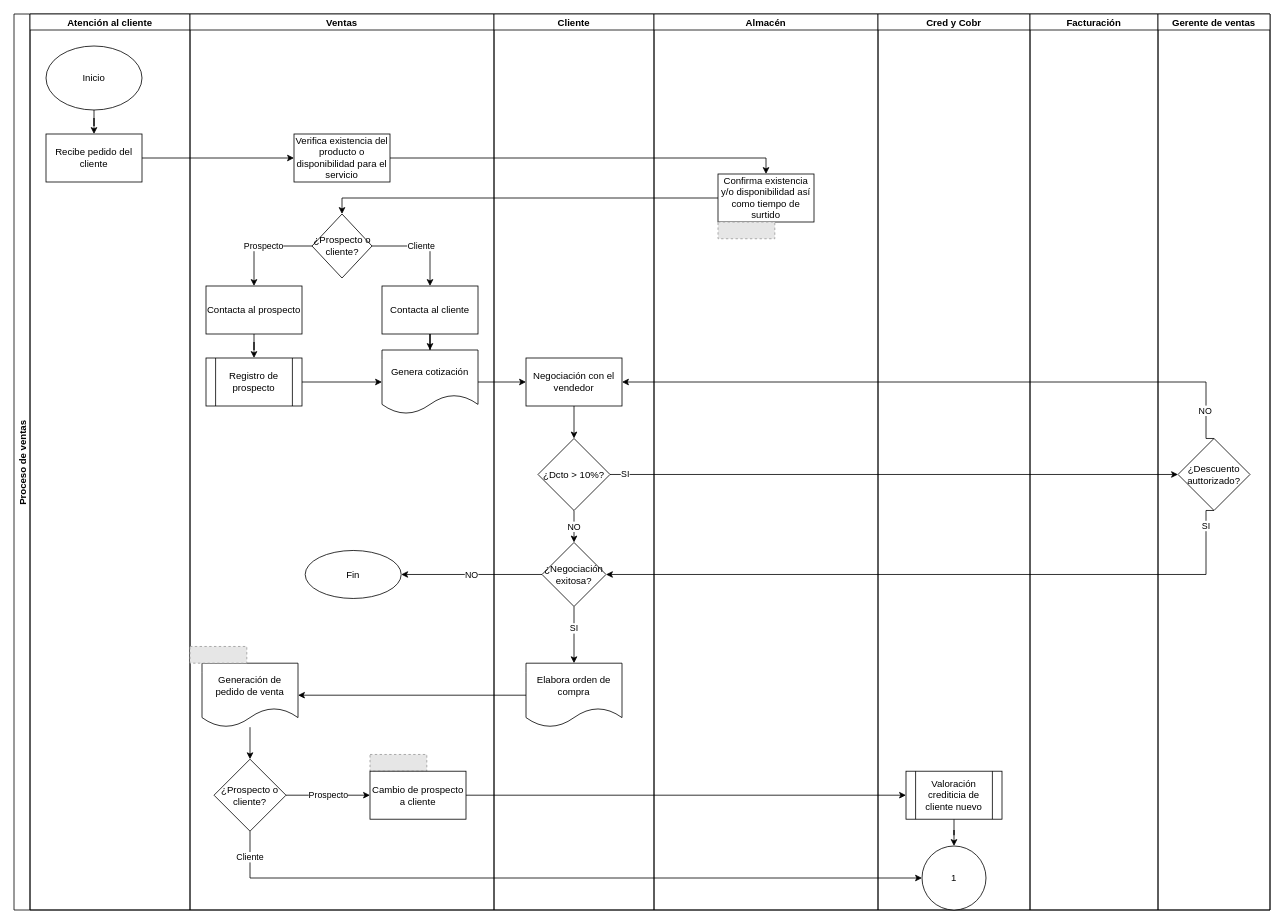
The draw.io diagram page "Page-1" (1 of 3) of 172285_Arandia_Proceso ventas (adaptado).drawio.drawio in FerAran/Flowchart, before the edit. Source tidied: cells renumbered, new cells numbered last; positions are measured from the earlier drawing's top-left corner, leaving out a move shared by most shapes. Both pictures are drawn from the tidied source at 80%, with x=0, y=0 at pixel (14, 14). Pictures stored in the file or linked from it are replaced by grey dashed boxes.
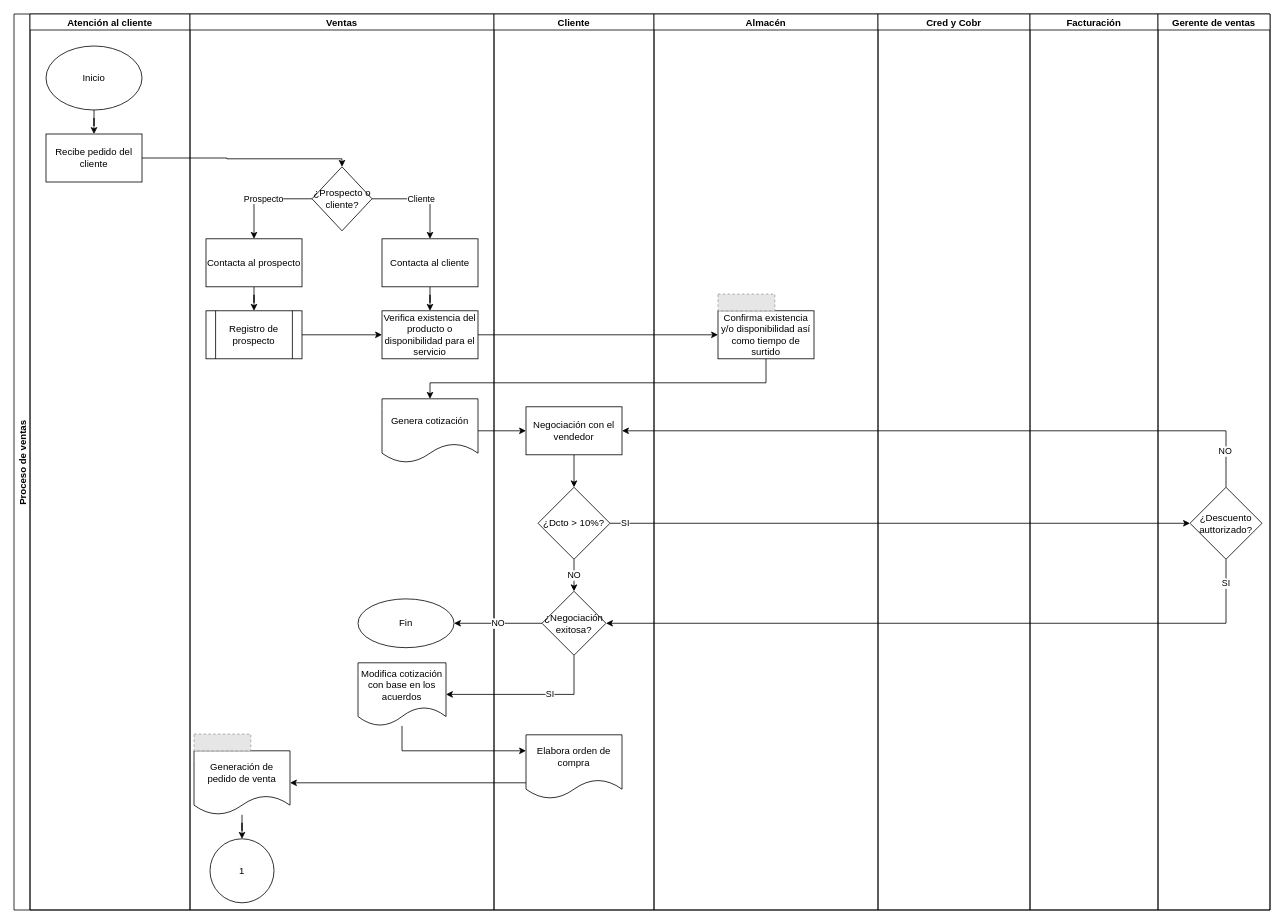
After the change.

Unchanged cells that the change refers to:
```xml
<mxCell id="2" value="Proceso de ventas" style="swimlane;startSize=20;horizontal=0;" parent="1" vertex="1">
  <mxGeometry width="1570" height="1120" as="geometry" />
</mxCell>
<mxCell id="5" value="Recibe pedido del cliente" style="whiteSpace=wrap;html=1;" parent="3" vertex="1">
  <mxGeometry x="20" y="150" width="120" height="60" as="geometry" />
</mxCell>
<mxCell id="7" value="Ventas" style="swimlane;startSize=20;" parent="2" vertex="1">
  <mxGeometry x="220" width="380" height="1120" as="geometry" />
</mxCell>
<mxCell id="27" value="Cliente" style="swimlane;startSize=20;" parent="2" vertex="1">
  <mxGeometry x="600" width="200" height="1120" as="geometry" />
</mxCell>
<mxCell id="42" value="Almacén" style="swimlane;startSize=20;" parent="2" vertex="1">
  <mxGeometry x="800" width="280" height="1120" as="geometry" />
</mxCell>
<mxCell id="45" value="Cred y Cobr" style="swimlane;startSize=20;" parent="2" vertex="1">
  <mxGeometry x="1080" width="190" height="1120" as="geometry" />
</mxCell>
<mxCell id="50" value="Gerente de ventas" style="swimlane;startSize=20;" parent="2" vertex="1">
  <mxGeometry x="1430" width="140" height="1120" as="geometry" />
</mxCell>
```

What changed in the source:
```diff
@@
     <mxCell id="8" value="Genera cotización" style="shape=document;whiteSpace=wrap;html=1;boundedLbl=1;" parent="7" vertex="1">
-      <mxGeometry x="240" y="420" width="120" height="80" as="geometry" />
+      <mxGeometry x="240" y="481" width="120" height="80" as="geometry" />
     </mxCell>
-    <mxCell id="9" style="edgeStyle=orthogonalEdgeStyle;rounded=0;jettySize=auto;html=1;" parent="7" edge="1" source="10" target="18">
-      <mxGeometry relative="1" as="geometry" />
-    </mxCell>
+    <mxCell id="59" style="edgeStyle=orthogonalEdgeStyle;rounded=0;jettySize=auto;html=1;" parent="7" edge="1" source="10" target="46">
+      <mxGeometry relative="1" as="geometry" />
+    </mxCell>
     <mxCell id="10" value="Generación de pedido de venta" style="shape=document;whiteSpace=wrap;html=1;boundedLbl=1;" parent="7" vertex="1">
-      <mxGeometry x="15" y="811.5" width="120" height="80" as="geometry" />
+      <mxGeometry x="5" y="921" width="120" height="80" as="geometry" />
     </mxCell>
@@
     <mxCell id="13" value="¿Prospecto o cliente?" style="rhombus;whiteSpace=wrap;html=1;" parent="7" vertex="1">
-      <mxGeometry x="152.5" y="250" width="75" height="80" as="geometry" />
+      <mxGeometry x="152.5" y="191" width="75" height="80" as="geometry" />
     </mxCell>
-    <mxCell id="14" style="fillColor=#E6E6E6;strokeColor=#999999;dashed=1;verticalLabelPosition=bottom;labelBackgroundColor=default;verticalAlign=top;" parent="7" vertex="1">
-      <mxGeometry x="225" y="925.6" width="71" height="20.9" as="geometry" />
-    </mxCell>
-    <mxCell id="15" value="Verifica existencia del producto o disponibilidad para el servicio" style="whiteSpace=wrap;html=1;" parent="7" vertex="1">
-      <mxGeometry x="130" y="150" width="120" height="60" as="geometry" />
-    </mxCell>
-    <mxCell id="16" value="Fin" style="ellipse;whiteSpace=wrap;html=1;" parent="7" vertex="1">
-      <mxGeometry x="144" y="670.6" width="120" height="60" as="geometry" />
-    </mxCell>
-    <mxCell id="17" value="Prospecto" style="edgeStyle=orthogonalEdgeStyle;rounded=0;jettySize=auto;html=1;entryX=0;entryY=0.5;entryDx=0;entryDy=0;" parent="7" edge="1" source="18" target="26">
-      <mxGeometry relative="1" as="geometry" />
-    </mxCell>
-    <mxCell id="18" value="¿Prospecto o cliente?" style="rhombus;whiteSpace=wrap;html=1;" parent="7" vertex="1">
-      <mxGeometry x="30" y="931.5" width="90" height="90" as="geometry" />
-    </mxCell>
     <mxCell id="19" style="fillColor=#E6E6E6;strokeColor=#999999;dashed=1;verticalLabelPosition=bottom;labelBackgroundColor=default;verticalAlign=top;" parent="7" vertex="1">
-      <mxGeometry y="790.6" width="71" height="20.9" as="geometry" />
+      <mxGeometry x="5" y="900.1" width="71" height="20.9" as="geometry" />
     </mxCell>
@@
     <mxCell id="21" value="Contacta al prospecto" style="whiteSpace=wrap;html=1;" parent="7" vertex="1">
-      <mxGeometry x="20" y="340" width="120" height="60" as="geometry" />
+      <mxGeometry x="20" y="281" width="120" height="60" as="geometry" />
     </mxCell>
-    <mxCell id="22" style="edgeStyle=orthogonalEdgeStyle;rounded=0;jettySize=auto;html=1;" parent="7" edge="1" source="23" target="8">
-      <mxGeometry relative="1" as="geometry" />
-    </mxCell>
+    <mxCell id="60" style="edgeStyle=orthogonalEdgeStyle;rounded=0;jettySize=auto;html=1;" parent="7" edge="1" source="23" target="15">
+      <mxGeometry relative="1" as="geometry" />
+    </mxCell>
     <mxCell id="23" value="Contacta al cliente" style="whiteSpace=wrap;html=1;" parent="7" vertex="1">
-      <mxGeometry x="240" y="340" width="120" height="60" as="geometry" />
+      <mxGeometry x="240" y="281" width="120" height="60" as="geometry" />
     </mxCell>
     <mxCell id="24" value="Registro de prospecto" style="shape=process;whiteSpace=wrap;html=1;backgroundOutline=1;" parent="7" vertex="1">
-      <mxGeometry x="20" y="430" width="120" height="60" as="geometry" />
+      <mxGeometry x="20" y="371" width="120" height="60" as="geometry" />
     </mxCell>
-    <mxCell id="25" style="edgeStyle=orthogonalEdgeStyle;rounded=0;jettySize=auto;html=1;" parent="7" edge="1" source="24" target="8">
+    <mxCell id="25" style="edgeStyle=orthogonalEdgeStyle;rounded=0;jettySize=auto;html=1;entryX=0;entryY=0.5;entryDx=0;entryDy=0;" parent="7" edge="1" source="24" target="15">
       <mxGeometry relative="1" as="geometry" />
     </mxCell>
-    <mxCell id="26" value="&lt;span style=&quot;&quot;&gt;Cambio de prospecto a cliente&lt;/span&gt;" style="rounded=0;whiteSpace=wrap;html=1;" parent="7" vertex="1">
-      <mxGeometry x="225" y="946.5" width="120" height="60" as="geometry" />
-    </mxCell>
+    <mxCell id="15" value="Verifica existencia del producto o disponibilidad para el servicio" style="whiteSpace=wrap;html=1;" parent="7" vertex="1">
+      <mxGeometry x="240" y="371" width="120" height="60" as="geometry" />
+    </mxCell>
+    <mxCell id="61" value="Modifica cotización con base en los acuerdos" style="shape=document;whiteSpace=wrap;html=1;boundedLbl=1;" parent="7" vertex="1">
+      <mxGeometry x="210" y="811" width="110" height="79" as="geometry" />
+    </mxCell>
+    <mxCell id="16" value="Fin" style="ellipse;whiteSpace=wrap;html=1;" parent="7" vertex="1">
+      <mxGeometry x="210" y="731.1" width="120" height="61" as="geometry" />
+    </mxCell>
+    <mxCell id="46" value="1" style="ellipse;whiteSpace=wrap;html=1;" parent="7" vertex="1">
+      <mxGeometry x="25" y="1031" width="80" height="80" as="geometry" />
+    </mxCell>
@@
     <mxCell id="28" value="Negociación con el vendedor" style="whiteSpace=wrap;html=1;" parent="27" vertex="1">
-      <mxGeometry x="40" y="430" width="120" height="60" as="geometry" />
+      <mxGeometry x="40" y="491" width="120" height="60" as="geometry" />
     </mxCell>
-    <mxCell id="29" style="edgeStyle=orthogonalEdgeStyle;rounded=0;jettySize=auto;html=1;" parent="27" edge="1" source="31" target="32">
-      <mxGeometry relative="1" as="geometry" />
-    </mxCell>
-    <mxCell id="30" value="SI" style="edgeLabel;html=1;align=center;verticalAlign=middle;" parent="29" vertex="1">
-      <mxGeometry x="-0.24" y="-1" relative="1" as="geometry" />
-    </mxCell>
     <mxCell id="31" value="¿Negociación exitosa?" style="rhombus;whiteSpace=wrap;html=1;" parent="27" vertex="1">
-      <mxGeometry x="60" y="660.6" width="80" height="80" as="geometry" />
+      <mxGeometry x="60" y="721.6" width="80" height="80" as="geometry" />
     </mxCell>
-    <mxCell id="32" value="Elabora orden de compra" style="shape=document;whiteSpace=wrap;html=1;boundedLbl=1;" parent="27" vertex="1">
-      <mxGeometry x="40" y="811.5" width="120" height="80" as="geometry" />
-    </mxCell>
@@
     <mxCell id="34" value="¿Dcto &amp;gt; 10%?" style="rhombus;whiteSpace=wrap;html=1;" parent="27" vertex="1">
-      <mxGeometry x="55" y="530.6" width="90" height="90" as="geometry" />
+      <mxGeometry x="55" y="591.6" width="90" height="90" as="geometry" />
     </mxCell>
@@
-    <mxCell id="36" value="NO" style="edgeStyle=orthogonalEdgeStyle;rounded=0;jettySize=auto;html=1;" parent="2" edge="1" source="31" target="16">
-      <mxGeometry relative="1" as="geometry" />
-    </mxCell>
-    <mxCell id="37" style="edgeStyle=orthogonalEdgeStyle;rounded=0;jettySize=auto;html=1;entryX=1;entryY=0.5;entryDx=0;entryDy=0;" parent="2" edge="1" source="32" target="10">
-      <mxGeometry relative="1" as="geometry" />
-    </mxCell>
-    <mxCell id="38" value="Cliente" style="edgeStyle=orthogonalEdgeStyle;rounded=0;jettySize=auto;html=1;exitX=0.5;exitY=1;exitDx=0;exitDy=0;entryX=0;entryY=0.5;entryDx=0;entryDy=0;" parent="2" edge="1" source="18" target="46">
-      <mxGeometry x="-0.93" relative="1" as="geometry">
-        <Array as="points">
-          <mxPoint x="295" y="1080" />
-        </Array>
-        <mxPoint y="1" as="offset" />
-      </mxGeometry>
-    </mxCell>
-    <mxCell id="39" style="edgeStyle=orthogonalEdgeStyle;rounded=0;jettySize=auto;html=1;entryX=0;entryY=0.5;entryDx=0;entryDy=0;" parent="2" edge="1" source="34" target="51">
-      <mxGeometry relative="1" as="geometry" />
-    </mxCell>
-    <mxCell id="40" value="SI" style="edgeLabel;html=1;align=center;verticalAlign=middle;" parent="39" vertex="1">
-      <mxGeometry x="-0.95" y="1" relative="1" as="geometry" />
-    </mxCell>
-    <mxCell id="41" value="SI" style="edgeStyle=orthogonalEdgeStyle;rounded=0;jettySize=auto;html=1;entryX=1;entryY=0.5;entryDx=0;entryDy=0;exitX=0.5;exitY=1;exitDx=0;exitDy=0;" parent="2" edge="1" source="51" target="31">
-      <mxGeometry x="-0.93" relative="1" as="geometry">
-        <Array as="points">
-          <mxPoint x="1490" y="701" />
-        </Array>
-      </mxGeometry>
-    </mxCell>
+    <mxCell id="32" value="Elabora orden de compra" style="shape=document;whiteSpace=wrap;html=1;boundedLbl=1;" parent="27" vertex="1">
+      <mxGeometry x="40" y="901" width="120" height="80" as="geometry" />
+    </mxCell>
@@
     <mxCell id="43" value="Confirma existencia y/o disponibilidad así como tiempo de surtido" style="whiteSpace=wrap;html=1;" parent="42" vertex="1">
-      <mxGeometry x="80" y="200" width="120" height="60" as="geometry" />
+      <mxGeometry x="80" y="371" width="120" height="60" as="geometry" />
     </mxCell>
     <mxCell id="44" style="fillColor=#E6E6E6;strokeColor=#999999;dashed=1;verticalLabelPosition=bottom;labelBackgroundColor=default;verticalAlign=top;" parent="42" vertex="1">
-      <mxGeometry x="80" y="260" width="71" height="20.9" as="geometry" />
+      <mxGeometry x="80" y="350.1" width="71" height="20.9" as="geometry" />
     </mxCell>
@@
-    <mxCell id="46" value="1" style="ellipse;whiteSpace=wrap;html=1;" parent="45" vertex="1">
-      <mxGeometry x="55" y="1040" width="80" height="80" as="geometry" />
-    </mxCell>
-    <mxCell id="47" style="edgeStyle=orthogonalEdgeStyle;rounded=0;jettySize=auto;html=1;" parent="45" edge="1" source="48" target="46">
-      <mxGeometry relative="1" as="geometry" />
-    </mxCell>
-    <mxCell id="48" value="Valoración crediticia de cliente nuevo" style="shape=process;whiteSpace=wrap;html=1;backgroundOutline=1;rounded=0;" parent="45" vertex="1">
-      <mxGeometry x="35" y="946.5" width="120" height="60" as="geometry" />
-    </mxCell>
@@
+    <mxCell id="39" style="edgeStyle=orthogonalEdgeStyle;rounded=0;jettySize=auto;html=1;entryX=0;entryY=0.5;entryDx=0;entryDy=0;" parent="2" edge="1" source="34" target="51">
+      <mxGeometry relative="1" as="geometry" />
+    </mxCell>
+    <mxCell id="40" value="SI" style="edgeLabel;html=1;align=center;verticalAlign=middle;" parent="39" vertex="1">
+      <mxGeometry x="-0.95" y="1" relative="1" as="geometry" />
+    </mxCell>
+    <mxCell id="41" value="SI" style="edgeStyle=orthogonalEdgeStyle;rounded=0;jettySize=auto;html=1;entryX=1;entryY=0.5;entryDx=0;entryDy=0;exitX=0.5;exitY=1;exitDx=0;exitDy=0;" parent="2" edge="1" source="51" target="31">
+      <mxGeometry x="-0.93" relative="1" as="geometry">
+        <Array as="points">
+          <mxPoint x="1515" y="762" />
+        </Array>
+      </mxGeometry>
+    </mxCell>
+    <mxCell id="55" style="edgeStyle=orthogonalEdgeStyle;rounded=0;jettySize=auto;html=1;entryX=1;entryY=0.5;entryDx=0;entryDy=0;exitX=0.5;exitY=0;exitDx=0;exitDy=0;" parent="2" edge="1" source="51" target="28">
+      <mxGeometry relative="1" as="geometry">
+        <Array as="points">
+          <mxPoint x="1515" y="521" />
+        </Array>
+      </mxGeometry>
+    </mxCell>
+    <mxCell id="56" value="NO" style="edgeLabel;html=1;align=center;verticalAlign=middle;" parent="55" vertex="1">
+      <mxGeometry x="-0.89" y="2" relative="1" as="geometry" />
+    </mxCell>
@@
     <mxCell id="51" value="¿Descuento auttorizado?" style="rhombus;whiteSpace=wrap;html=1;" parent="50" vertex="1">
-      <mxGeometry x="25" y="530.6" width="90" height="90" as="geometry" />
+      <mxGeometry x="40" y="591.6" width="90" height="90" as="geometry" />
     </mxCell>
+    <mxCell id="53" style="edgeStyle=orthogonalEdgeStyle;rounded=0;jettySize=auto;html=1;" parent="2" edge="1" source="5" target="13">
+      <mxGeometry relative="1" as="geometry">
+        <Array as="points">
+          <mxPoint x="266" y="180" />
+          <mxPoint x="266" y="181" />
+          <mxPoint x="410" y="181" />
+        </Array>
+      </mxGeometry>
+    </mxCell>
+    <mxCell id="57" style="edgeStyle=orthogonalEdgeStyle;rounded=0;jettySize=auto;html=1;" parent="2" edge="1" source="8" target="28">
+      <mxGeometry relative="1" as="geometry" />
+    </mxCell>
-    <mxCell id="52" style="edgeStyle=orthogonalEdgeStyle;rounded=0;jettySize=auto;html=1;exitX=1;exitY=0.5;exitDx=0;exitDy=0;entryX=0.5;entryY=0;entryDx=0;entryDy=0;" parent="2" edge="1" source="15" target="43">
-      <mxGeometry relative="1" as="geometry">
-        <Array as="points">
-          <mxPoint x="940" y="180" />
-        </Array>
-      </mxGeometry>
+    <mxCell id="52" style="edgeStyle=orthogonalEdgeStyle;rounded=0;jettySize=auto;html=1;exitX=1;exitY=0.5;exitDx=0;exitDy=0;" parent="2" edge="1" source="15" target="43">
+      <mxGeometry relative="1" as="geometry" />
     </mxCell>
-    <mxCell id="53" style="edgeStyle=orthogonalEdgeStyle;rounded=0;jettySize=auto;html=1;" parent="2" edge="1" source="5" target="15">
-      <mxGeometry relative="1" as="geometry" />
-    </mxCell>
-    <mxCell id="54" style="edgeStyle=orthogonalEdgeStyle;rounded=0;jettySize=auto;html=1;exitX=0;exitY=0.5;exitDx=0;exitDy=0;entryX=0.5;entryY=0;entryDx=0;entryDy=0;" parent="2" edge="1" source="43" target="13">
-      <mxGeometry relative="1" as="geometry" />
-    </mxCell>
-    <mxCell id="55" style="edgeStyle=orthogonalEdgeStyle;rounded=0;jettySize=auto;html=1;entryX=1;entryY=0.5;entryDx=0;entryDy=0;exitX=0.5;exitY=0;exitDx=0;exitDy=0;" parent="2" edge="1" source="51" target="28">
-      <mxGeometry relative="1" as="geometry">
-        <Array as="points">
-          <mxPoint x="1490" y="460" />
-        </Array>
-      </mxGeometry>
-    </mxCell>
-    <mxCell id="56" value="NO" style="edgeLabel;html=1;align=center;verticalAlign=middle;" parent="55" vertex="1">
-      <mxGeometry x="-0.89" y="2" relative="1" as="geometry" />
-    </mxCell>
-    <mxCell id="57" style="edgeStyle=orthogonalEdgeStyle;rounded=0;jettySize=auto;html=1;" parent="2" edge="1" source="8" target="28">
-      <mxGeometry relative="1" as="geometry" />
-    </mxCell>
-    <mxCell id="58" style="edgeStyle=orthogonalEdgeStyle;rounded=0;jettySize=auto;html=1;" parent="2" edge="1" source="26" target="48">
-      <mxGeometry relative="1" as="geometry" />
-    </mxCell>
+    <mxCell id="62" style="edgeStyle=orthogonalEdgeStyle;rounded=0;jettySize=auto;html=1;entryX=0.5;entryY=0;entryDx=0;entryDy=0;" parent="2" edge="1" source="43" target="8">
+      <mxGeometry relative="1" as="geometry">
+        <Array as="points">
+          <mxPoint x="940" y="461" />
+          <mxPoint x="520" y="461" />
+        </Array>
+      </mxGeometry>
+    </mxCell>
+    <mxCell id="29" style="edgeStyle=orthogonalEdgeStyle;rounded=0;jettySize=auto;html=1;entryX=1;entryY=0.5;entryDx=0;entryDy=0;" parent="2" edge="1" source="31" target="61">
+      <mxGeometry relative="1" as="geometry">
+        <Array as="points">
+          <mxPoint x="700" y="851" />
+        </Array>
+      </mxGeometry>
+    </mxCell>
+    <mxCell id="30" value="SI" style="edgeLabel;html=1;align=center;verticalAlign=middle;" parent="29" vertex="1">
+      <mxGeometry x="-0.24" y="-1" relative="1" as="geometry" />
+    </mxCell>
+    <mxCell id="36" value="NO" style="edgeStyle=orthogonalEdgeStyle;rounded=0;jettySize=auto;html=1;" parent="2" edge="1" source="31" target="16">
+      <mxGeometry relative="1" as="geometry" />
+    </mxCell>
+    <mxCell id="37" style="edgeStyle=orthogonalEdgeStyle;rounded=0;jettySize=auto;html=1;exitX=0;exitY=0.75;exitDx=0;exitDy=0;entryX=1;entryY=0.5;entryDx=0;entryDy=0;" parent="2" edge="1" source="32" target="10">
+      <mxGeometry relative="1" as="geometry" />
+    </mxCell>
+    <mxCell id="63" style="edgeStyle=orthogonalEdgeStyle;rounded=0;jettySize=auto;html=1;entryX=0;entryY=0.25;entryDx=0;entryDy=0;" parent="2" edge="1" source="61" target="32">
+      <mxGeometry relative="1" as="geometry">
+        <Array as="points">
+          <mxPoint x="485" y="921" />
+        </Array>
+      </mxGeometry>
+    </mxCell>
```
